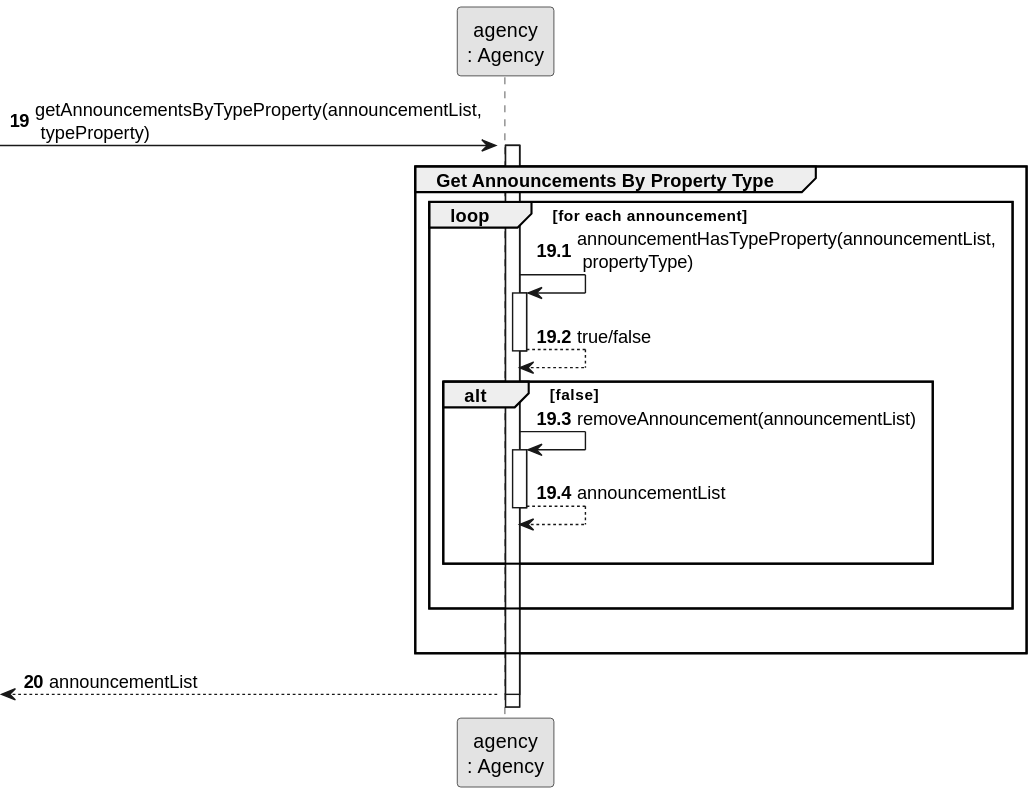
Earlier version of the PlantUML export docs/sprintB/us001/03.design/svg/us001-sequence-diagram-partial-get-announcements-by-property-type.svg (rita-barbosa/LAPR2-2223).
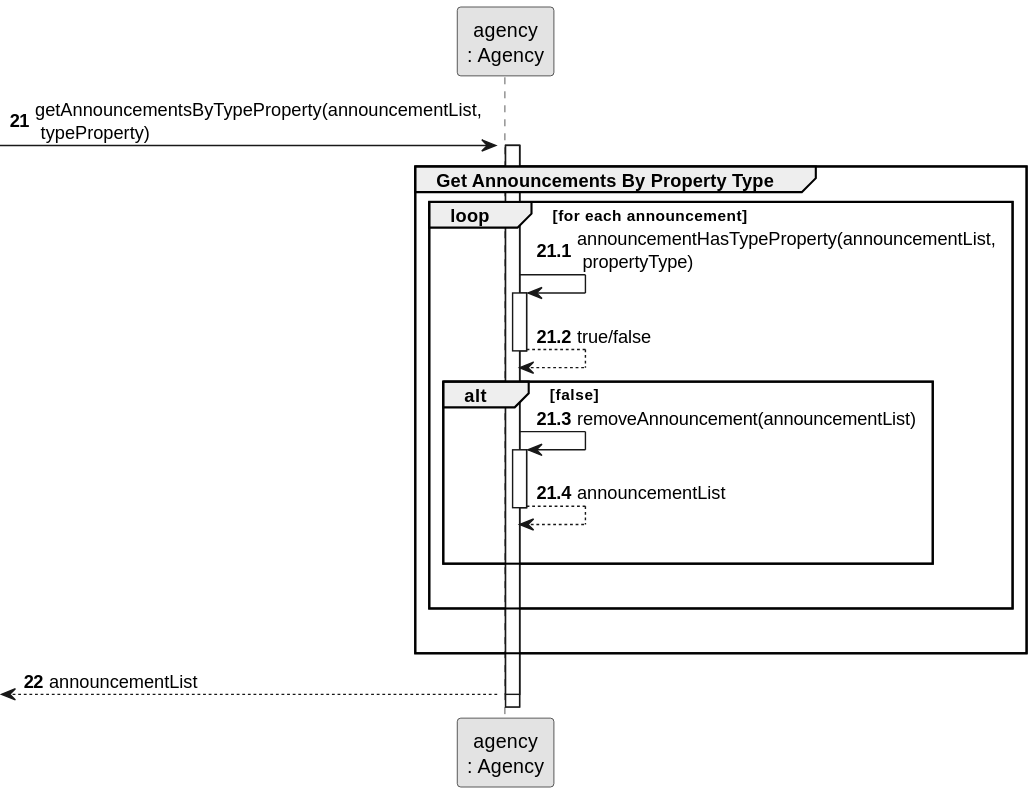
After the change.

Change to the diagram source:
```diff
@@ -7,11 +7,11 @@
 
 participant "agency\n: Agency" as AGENCY
 
-autonumber 19
+autonumber 21
 -> AGENCY : getAnnouncementsByTypeProperty(announcementList,\n typeProperty)
 activate AGENCY
 
-autonumber 19.1
+autonumber 21.1
 activate AGENCY
     group Get Announcements By Property Type
 
@@ -35,7 +35,7 @@
                 |||
     end
 
-    autonumber 20
+    autonumber 22
 
     <-- AGENCY : announcementList
 deactivate AGENCY
```
